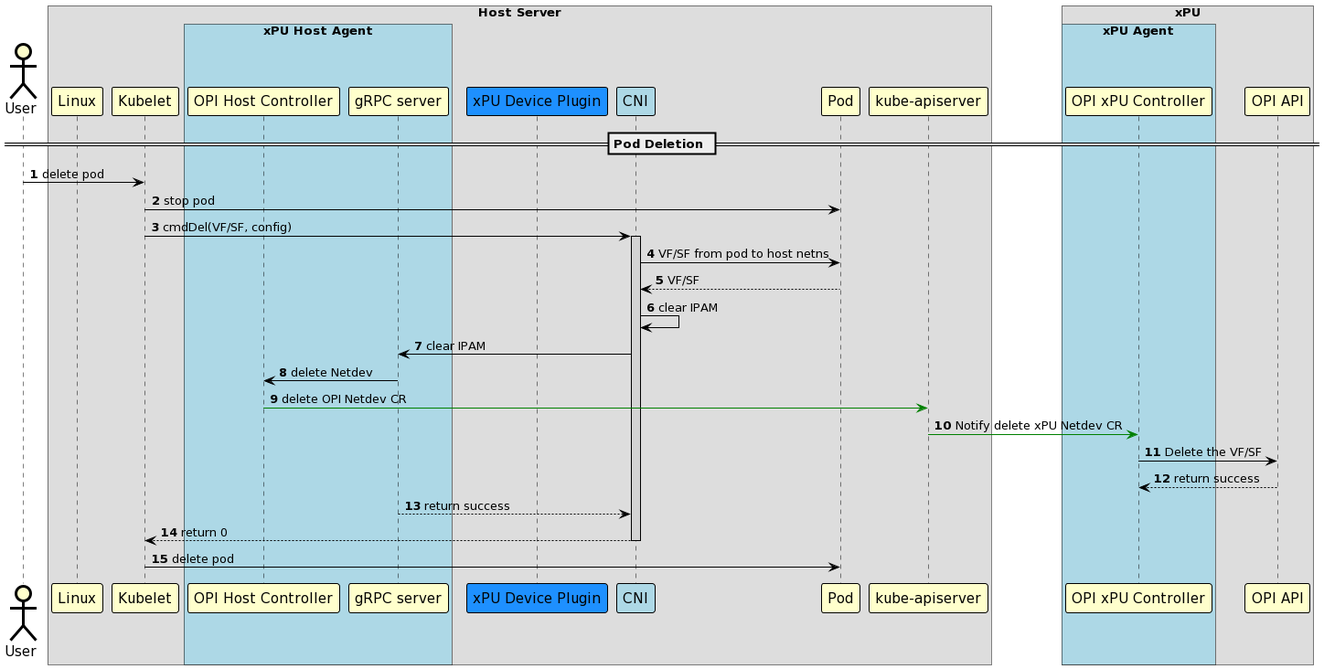
The PlantUML diagram sequence-diagrams/images/host-provisioning-xPU-VF-pod-deletion.png in redhat-et/ekho, before a commit.
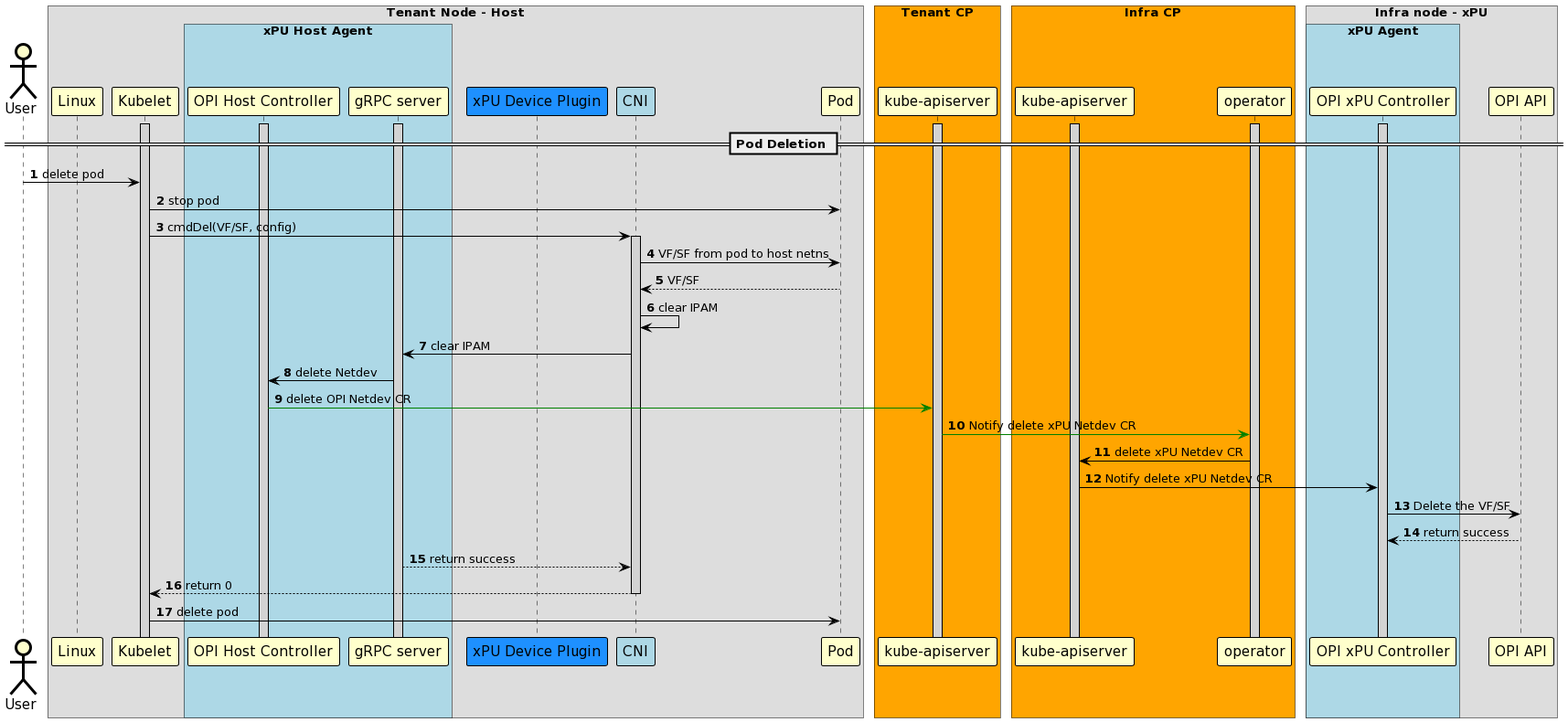
The same file after the commit.

Commit message:
host provisioning: update the sequence diagrams with operator

Diff of the diagram source:
```diff
@@ -27,7 +27,7 @@
 }
 
 actor "User"
-box "Host Server"
+box "Tenant Node - Host"
 	participant "Linux"
 	participant "Kubelet"
   box "xPU Host Agent" #LightBlue
@@ -37,16 +37,31 @@
 	participant "xPU Device Plugin" #dodgerblue
 	participant "CNI" #LightBlue
 	participant "Pod"
-        participant "kube-apiserver"
 end box
 
-box "xPU"
+box "Tenant CP" #Orange
+  participant "kube-apiserver" as api1
+end box
+
+box "Infra CP" #Orange
+  participant "kube-apiserver" as api2
+  participant "operator"
+end box
+
+box "Infra node - xPU"
   box "xPU Agent" #LightBlue
 	participant "OPI xPU Controller"
   end box
   participant "OPI API"
 end box
 
+activate api1
+activate api2
+activate "Kubelet"
+activate "operator"
+activate "gRPC server"
+activate "OPI xPU Controller"
+activate "OPI Host Controller"
 
 == Pod Deletion ==
 autonumber
@@ -61,8 +76,10 @@
 "CNI" -> "CNI" : clear IPAM
 "CNI" -> "gRPC server": clear IPAM
 "gRPC server" -> "OPI Host Controller": delete Netdev
-"OPI Host Controller" -[#green]> "kube-apiserver": delete OPI Netdev CR
-"kube-apiserver" -[#green]> "OPI xPU Controller": Notify delete xPU Netdev CR
+"OPI Host Controller" -[#green]> api1: delete OPI Netdev CR
+api1 -[#green]> "operator": Notify delete xPU Netdev CR
+"operator" -> api2: delete xPU Netdev CR
+api2 -> "OPI xPU Controller": Notify delete xPU Netdev CR
 "OPI xPU Controller"->"OPI API": Delete the VF/SF
 "OPI API" --> "OPI xPU Controller": return success
 "gRPC server" --> "CNI": return success
```
